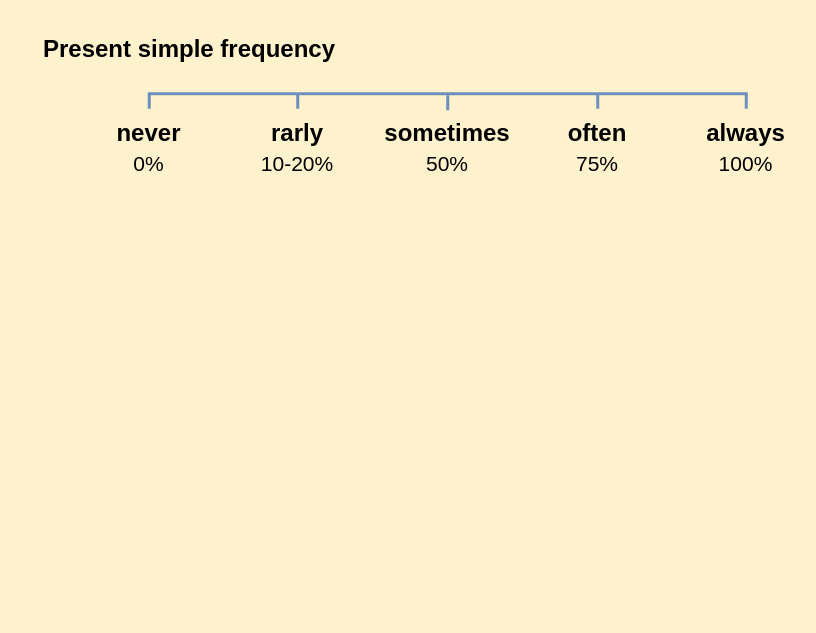
Before: Obsidian note.drawio in Gump8/online-draw-picture, a draw.io diagram. Source tidied: cells renumbered, new cells numbered last; positions are measured from the earlier drawing's top-left corner, leaving out a move shared by most shapes. Both pictures are drawn from the tidied source at 150%, with x=0, y=0 at pixel (26, 26).
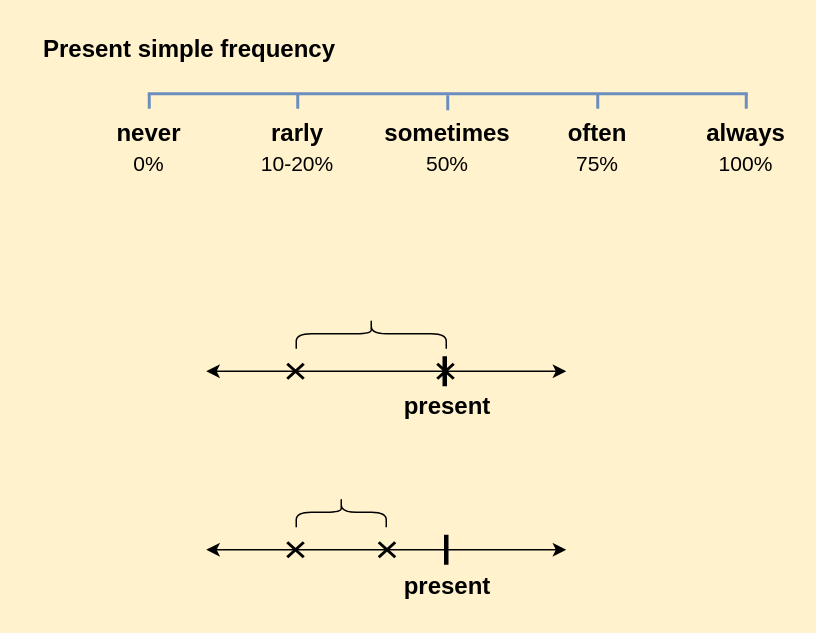
After the change.

Change to the diagram source:
```diff
@@
+    <mxCell id="14" style="endArrow=classic;startArrow=classic;html=1;rounded=0;" parent="1" edge="1">
+      <mxGeometry relative="1" as="geometry">
+        <mxPoint x="120" y="230" as="sourcePoint" />
+        <mxPoint x="360" y="230" as="targetPoint" />
+      </mxGeometry>
+    </mxCell>
+    <mxCell id="15" style="shape=umlDestroy;whiteSpace=wrap;html=1;strokeWidth=2;targetShapes=umlLifeline;" parent="1" vertex="1">
+      <mxGeometry x="174" y="225" width="11" height="10" as="geometry" />
+    </mxCell>
+    <mxCell id="16" style="shape=umlDestroy;whiteSpace=wrap;html=1;strokeWidth=2;targetShapes=umlLifeline;" parent="1" vertex="1">
+      <mxGeometry x="274" y="225" width="11" height="10" as="geometry" />
+    </mxCell>
+    <mxCell id="17" style="endArrow=none;html=1;rounded=0;strokeWidth=3;" parent="1" edge="1">
+      <mxGeometry relative="1" as="geometry">
+        <mxPoint x="279" y="240" as="sourcePoint" />
+        <mxPoint x="279" y="220" as="targetPoint" />
+      </mxGeometry>
+    </mxCell>
+    <mxCell id="18" value="present" style="text;html=1;strokeColor=none;fillColor=none;align=center;verticalAlign=middle;whiteSpace=wrap;rounded=0;fontSize=16;fontStyle=1;" parent="1" vertex="1">
+      <mxGeometry x="251" y="238" width="60" height="30" as="geometry" />
+    </mxCell>
+    <mxCell id="19" style="shape=curlyBracket;whiteSpace=wrap;html=1;rounded=1;labelPosition=left;verticalLabelPosition=middle;align=right;verticalAlign=middle;direction=south;" parent="1" vertex="1">
+      <mxGeometry x="180" y="195" width="100" height="20" as="geometry" />
+    </mxCell>
+    <mxCell id="20" style="endArrow=classic;startArrow=classic;html=1;rounded=0;" parent="1" edge="1">
+      <mxGeometry relative="1" as="geometry">
+        <mxPoint x="120" y="349" as="sourcePoint" />
+        <mxPoint x="360" y="349" as="targetPoint" />
+      </mxGeometry>
+    </mxCell>
+    <mxCell id="21" style="shape=umlDestroy;whiteSpace=wrap;html=1;strokeWidth=2;targetShapes=umlLifeline;" parent="1" vertex="1">
+      <mxGeometry x="174" y="344" width="11" height="10" as="geometry" />
+    </mxCell>
+    <mxCell id="22" style="shape=umlDestroy;whiteSpace=wrap;html=1;strokeWidth=2;targetShapes=umlLifeline;" parent="1" vertex="1">
+      <mxGeometry x="235" y="344" width="11" height="10" as="geometry" />
+    </mxCell>
+    <mxCell id="23" style="endArrow=none;html=1;rounded=0;strokeWidth=3;" parent="1" edge="1">
+      <mxGeometry relative="1" as="geometry">
+        <mxPoint x="280" y="359" as="sourcePoint" />
+        <mxPoint x="280" y="339" as="targetPoint" />
+      </mxGeometry>
+    </mxCell>
+    <mxCell id="24" value="present" style="text;html=1;strokeColor=none;fillColor=none;align=center;verticalAlign=middle;whiteSpace=wrap;rounded=0;fontSize=16;fontStyle=1;" parent="1" vertex="1">
+      <mxGeometry x="251" y="358" width="60" height="30" as="geometry" />
+    </mxCell>
+    <mxCell id="25" style="shape=curlyBracket;whiteSpace=wrap;html=1;rounded=1;labelPosition=left;verticalLabelPosition=middle;align=right;verticalAlign=middle;direction=south;" parent="1" vertex="1">
+      <mxGeometry x="180" y="314" width="60" height="20" as="geometry" />
+    </mxCell>
```
